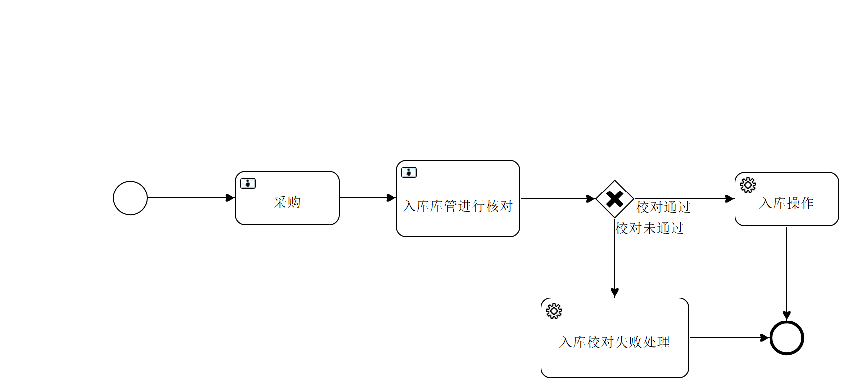
The BPMN diagram msm/src/main/resources/diagrams/createGoodList/createGoodList.png in jerry1zhang/msm, before a commit. Its source is kept beside it as msm/src/main/resources/diagrams/createGoodList/createGoodList.bpmn. Ids are renumbered. Its diagram source:
```xml
<definitions xmlns="http://www.omg.org/spec/BPMN/20100524/MODEL" xmlns:xsi="http://www.w3.org/2001/XMLSchema-instance" xmlns:xsd="http://www.w3.org/2001/XMLSchema" xmlns:activiti="http://activiti.org/bpmn" xmlns:bpmndi="http://www.omg.org/spec/BPMN/20100524/DI" xmlns:omgdc="http://www.omg.org/spec/DD/20100524/DC" xmlns:omgdi="http://www.omg.org/spec/DD/20100524/DI" typeLanguage="http://www.w3.org/2001/XMLSchema" expressionLanguage="http://www.w3.org/1999/XPath" targetNamespace="http://www.activiti.org/test">
  <process id="createGoodList" name="createGoodList" isExecutable="true">
    <startEvent id="startevent1" name="Start" activiti:initiator="applyuser"></startEvent>
    <userTask id="usertask1" name="采购" activiti:candidateGroups="采购"></userTask>
    <sequenceFlow id="flow1" sourceRef="startevent1" targetRef="usertask1"></sequenceFlow>
    <userTask id="usertask2" name="入库库管进行核对" activiti:candidateGroups="库管"></userTask>
    <sequenceFlow id="flow2" sourceRef="usertask1" targetRef="usertask2"></sequenceFlow>
    <exclusiveGateway id="exclusivegateway1" name="Exclusive Gateway"></exclusiveGateway>
    <sequenceFlow id="flow3" sourceRef="usertask2" targetRef="exclusivegateway1"></sequenceFlow>
    <serviceTask id="servicetask1" name="入库校对失败处理" activiti:class="com.zking.service.Error.ErrorCreateGoodListService"></serviceTask>
    <sequenceFlow id="flow4" name="校对未通过" sourceRef="exclusivegateway1" targetRef="servicetask1" skipExpression="${!flag}"></sequenceFlow>
    <serviceTask id="servicetask2" name="入库操作" activiti:class="com.zking.service.CreateGoodListService"></serviceTask>
    <sequenceFlow id="flow5" name="校对通过" sourceRef="exclusivegateway1" targetRef="servicetask2" skipExpression="${!flag}"></sequenceFlow>
    <endEvent id="endevent1" name="End"></endEvent>
    <sequenceFlow id="flow6" sourceRef="servicetask2" targetRef="endevent1"></sequenceFlow>
    <sequenceFlow id="flow7" sourceRef="servicetask1" targetRef="endevent1"></sequenceFlow>
  </process>
  <bpmndi:BPMNDiagram id="BPMNDiagram_createGoodList">
    <bpmndi:BPMNPlane bpmnElement="createGoodList" id="BPMNPlane_createGoodList">
      <bpmndi:BPMNShape bpmnElement="startevent1" id="BPMNShape_startevent1">
        <omgdc:Bounds height="35.0" width="35.0" x="113.0" y="181.0"></omgdc:Bounds>
      </bpmndi:BPMNShape>
      <bpmndi:BPMNShape bpmnElement="usertask1" id="BPMNShape_usertask1">
        <omgdc:Bounds height="55.0" width="105.0" x="235.0" y="171.0"></omgdc:Bounds>
      </bpmndi:BPMNShape>
      <bpmndi:BPMNShape bpmnElement="usertask2" id="BPMNShape_usertask2">
        <omgdc:Bounds height="78.0" width="125.0" x="396.0" y="160.0"></omgdc:Bounds>
      </bpmndi:BPMNShape>
      <bpmndi:BPMNShape bpmnElement="exclusivegateway1" id="BPMNShape_exclusivegateway1">
        <omgdc:Bounds height="40.0" width="40.0" x="595.0" y="179.0"></omgdc:Bounds>
      </bpmndi:BPMNShape>
      <bpmndi:BPMNShape bpmnElement="servicetask1" id="BPMNShape_servicetask1">
        <omgdc:Bounds height="81.0" width="149.0" x="541.0" y="298.0"></omgdc:Bounds>
      </bpmndi:BPMNShape>
      <bpmndi:BPMNShape bpmnElement="servicetask2" id="BPMNShape_servicetask2">
        <omgdc:Bounds height="55.0" width="105.0" x="735.0" y="172.0"></omgdc:Bounds>
      </bpmndi:BPMNShape>
      <bpmndi:BPMNShape bpmnElement="endevent1" id="BPMNShape_endevent1">
        <omgdc:Bounds height="35.0" width="35.0" x="770.0" y="321.0"></omgdc:Bounds>
      </bpmndi:BPMNShape>
      <bpmndi:BPMNEdge bpmnElement="flow1" id="BPMNEdge_flow1">
        <omgdi:waypoint x="148.0" y="198.0"></omgdi:waypoint>
        <omgdi:waypoint x="235.0" y="198.0"></omgdi:waypoint>
      </bpmndi:BPMNEdge>
      <bpmndi:BPMNEdge bpmnElement="flow2" id="BPMNEdge_flow2">
        <omgdi:waypoint x="340.0" y="198.0"></omgdi:waypoint>
        <omgdi:waypoint x="396.0" y="199.0"></omgdi:waypoint>
      </bpmndi:BPMNEdge>
      <bpmndi:BPMNEdge bpmnElement="flow3" id="BPMNEdge_flow3">
        <omgdi:waypoint x="521.0" y="199.0"></omgdi:waypoint>
        <omgdi:waypoint x="595.0" y="199.0"></omgdi:waypoint>
      </bpmndi:BPMNEdge>
      <bpmndi:BPMNEdge bpmnElement="flow4" id="BPMNEdge_flow4">
        <omgdi:waypoint x="615.0" y="219.0"></omgdi:waypoint>
        <omgdi:waypoint x="615.0" y="298.0"></omgdi:waypoint>
        <bpmndi:BPMNLabel>
          <omgdc:Bounds height="16.0" width="100.0" x="615.0" y="219.0"></omgdc:Bounds>
        </bpmndi:BPMNLabel>
      </bpmndi:BPMNEdge>
      <bpmndi:BPMNEdge bpmnElement="flow5" id="BPMNEdge_flow5">
        <omgdi:waypoint x="635.0" y="199.0"></omgdi:waypoint>
        <omgdi:waypoint x="735.0" y="199.0"></omgdi:waypoint>
        <bpmndi:BPMNLabel>
          <omgdc:Bounds height="16.0" width="100.0" x="635.0" y="199.0"></omgdc:Bounds>
        </bpmndi:BPMNLabel>
      </bpmndi:BPMNEdge>
      <bpmndi:BPMNEdge bpmnElement="flow6" id="BPMNEdge_flow6">
        <omgdi:waypoint x="787.0" y="227.0"></omgdi:waypoint>
        <omgdi:waypoint x="787.0" y="321.0"></omgdi:waypoint>
      </bpmndi:BPMNEdge>
      <bpmndi:BPMNEdge bpmnElement="flow7" id="BPMNEdge_flow7">
        <omgdi:waypoint x="690.0" y="338.0"></omgdi:waypoint>
        <omgdi:waypoint x="770.0" y="338.0"></omgdi:waypoint>
      </bpmndi:BPMNEdge>
    </bpmndi:BPMNPlane>
  </bpmndi:BPMNDiagram>
</definitions>
```
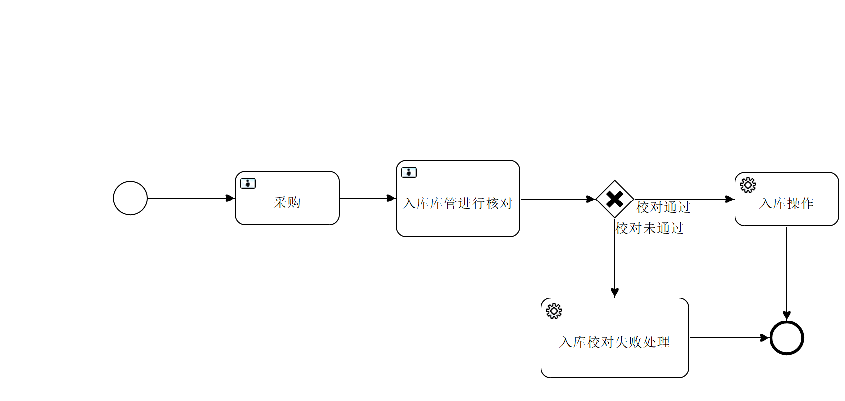
The same diagram one commit later.

Change to the diagram source:
```diff
@@ -1,9 +1,9 @@
 <definitions xmlns="http://www.omg.org/spec/BPMN/20100524/MODEL" xmlns:xsi="http://www.w3.org/2001/XMLSchema-instance" xmlns:xsd="http://www.w3.org/2001/XMLSchema" xmlns:activiti="http://activiti.org/bpmn" xmlns:bpmndi="http://www.omg.org/spec/BPMN/20100524/DI" xmlns:omgdc="http://www.omg.org/spec/DD/20100524/DC" xmlns:omgdi="http://www.omg.org/spec/DD/20100524/DI" typeLanguage="http://www.w3.org/2001/XMLSchema" expressionLanguage="http://www.w3.org/1999/XPath" targetNamespace="http://www.activiti.org/test">
   <process id="createGoodList" name="createGoodList" isExecutable="true">
-    <startEvent id="startevent1" name="Start" activiti:initiator="applyuser"></startEvent>
-    <userTask id="usertask1" name="采购" activiti:candidateGroups="采购"></userTask>
+    <startEvent id="startevent1" name="Start" activiti:initiator="${applyuser}"></startEvent>
+    <userTask id="usertask1" name="采购" activiti:candidateGroups="采购,管理" activiti:dueDate="${duedate}"></userTask>
     <sequenceFlow id="flow1" sourceRef="startevent1" targetRef="usertask1"></sequenceFlow>
-    <userTask id="usertask2" name="入库库管进行核对" activiti:candidateGroups="库管"></userTask>
+    <userTask id="usertask2" name="入库库管进行核对" activiti:candidateGroups="库管,管理" activiti:dueDate="${duedate}"></userTask>
     <sequenceFlow id="flow2" sourceRef="usertask1" targetRef="usertask2"></sequenceFlow>
     <exclusiveGateway id="exclusivegateway1" name="Exclusive Gateway"></exclusiveGateway>
     <sequenceFlow id="flow3" sourceRef="usertask2" targetRef="exclusivegateway1"></sequenceFlow>
@@ -54,14 +54,14 @@
         <omgdi:waypoint x="615.0" y="219.0"></omgdi:waypoint>
         <omgdi:waypoint x="615.0" y="298.0"></omgdi:waypoint>
         <bpmndi:BPMNLabel>
-          <omgdc:Bounds height="16.0" width="100.0" x="615.0" y="219.0"></omgdc:Bounds>
+          <omgdc:Bounds height="16.0" width="70.0" x="615.0" y="219.0"></omgdc:Bounds>
         </bpmndi:BPMNLabel>
       </bpmndi:BPMNEdge>
       <bpmndi:BPMNEdge bpmnElement="flow5" id="BPMNEdge_flow5">
         <omgdi:waypoint x="635.0" y="199.0"></omgdi:waypoint>
         <omgdi:waypoint x="735.0" y="199.0"></omgdi:waypoint>
         <bpmndi:BPMNLabel>
-          <omgdc:Bounds height="16.0" width="100.0" x="635.0" y="199.0"></omgdc:Bounds>
+          <omgdc:Bounds height="16.0" width="56.0" x="635.0" y="199.0"></omgdc:Bounds>
         </bpmndi:BPMNLabel>
       </bpmndi:BPMNEdge>
       <bpmndi:BPMNEdge bpmnElement="flow6" id="BPMNEdge_flow6">
```
